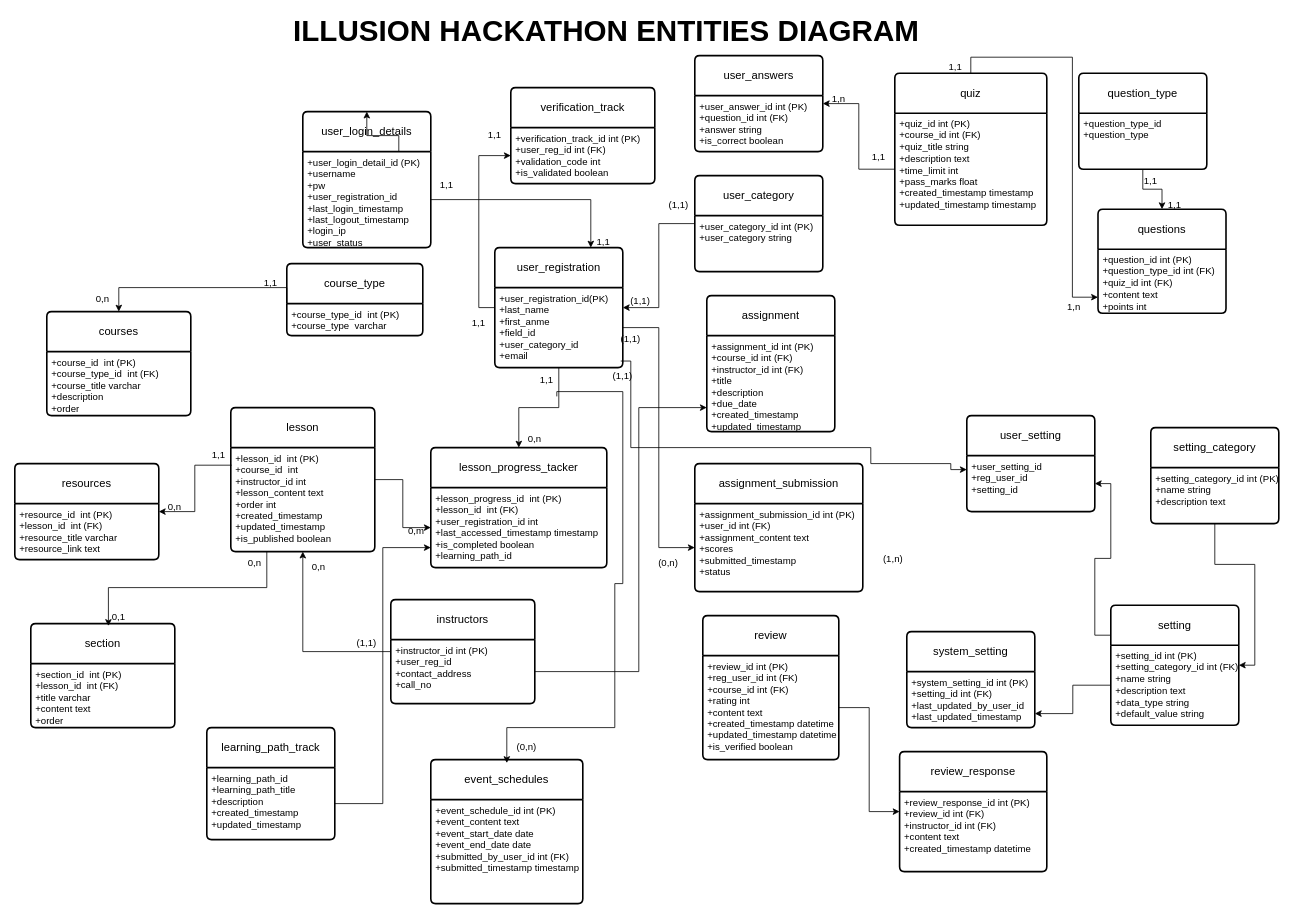
Earlier version of the draw.io diagram illusion db schema models.drawio (The-Illusion-services/illusion-BE). Source tidied: cells renumbered, new cells numbered last; positions are measured from the earlier drawing's top-left corner, leaving out a move shared by most shapes. Both pictures are drawn from the tidied source at 80%, with x=0, y=0 at pixel (14, 15).
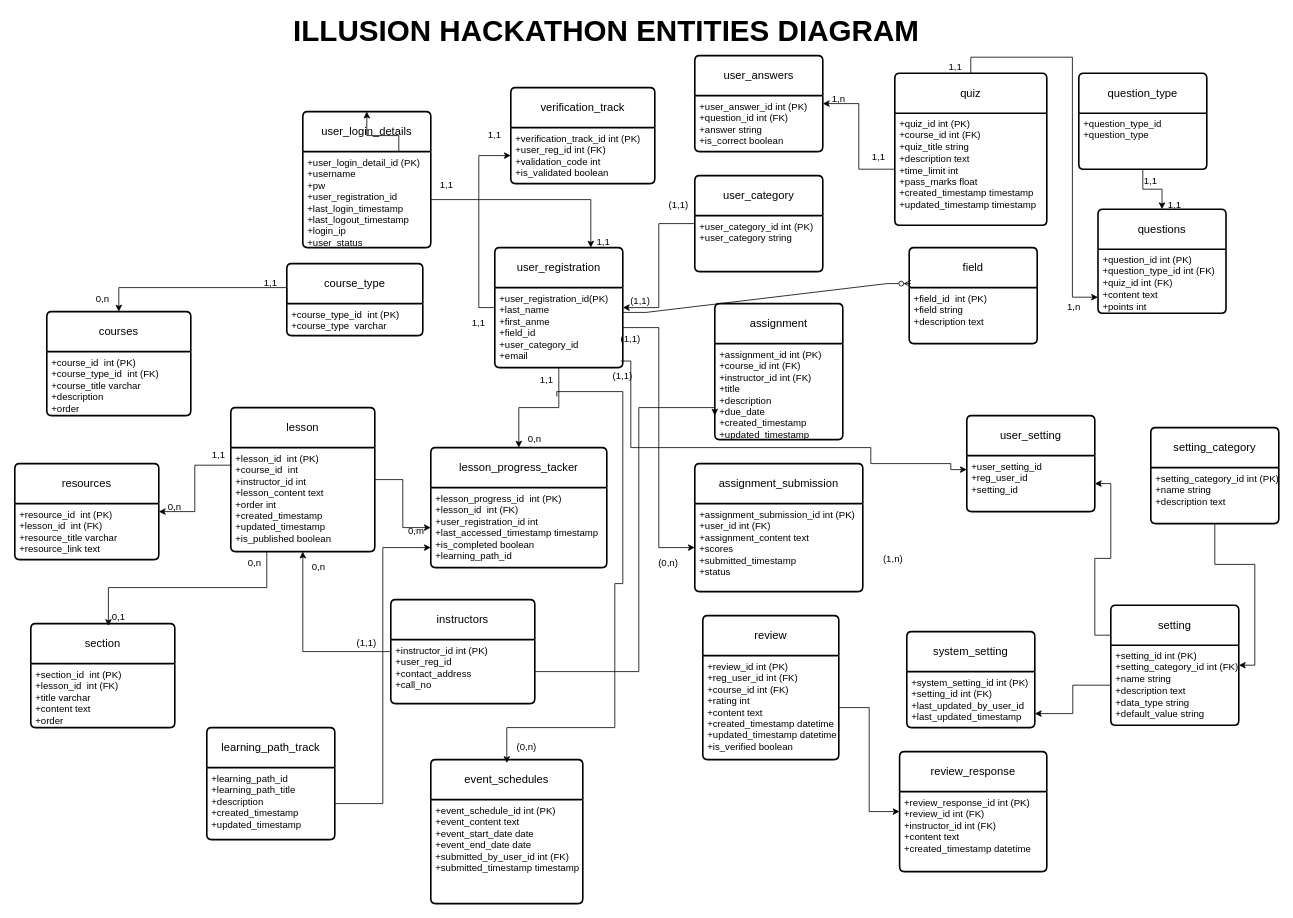
The same page after the edit.

The change refers to these unchanged cells:
```xml
<mxCell id="87" value="(1,1)" style="text;html=1;align=center;verticalAlign=middle;whiteSpace=wrap;rounded=0;" parent="1" vertex="1">
  <mxGeometry x="752" y="342" width="60" height="30" as="geometry" />
</mxCell>
```

The edit, as a diff of the source:
```diff
@@
     <mxCell id="10" value="assignment" style="swimlane;horizontal=1;startSize=50;rounded=1;fontSize=14;fontStyle=0;strokeWidth=2;shadow=0;dashed=0;align=center;arcSize=4;whiteSpace=wrap;html=1;" parent="1" vertex="1">
-      <mxGeometry x="865" y="350" width="160" height="170" as="geometry" />
+      <mxGeometry x="875" y="360" width="160" height="170" as="geometry" />
     </mxCell>
@@
+    <mxCell id="103" value="field" style="swimlane;horizontal=1;startSize=50;rounded=1;fontSize=14;fontStyle=0;strokeWidth=2;shadow=0;dashed=0;align=center;arcSize=4;whiteSpace=wrap;html=1;" parent="1" vertex="1">
+      <mxGeometry x="1118" y="290" width="160" height="120" as="geometry" />
+    </mxCell>
+    <mxCell id="104" value="+field_id&amp;nbsp; int (PK)&lt;br&gt;+field string&lt;br&gt;+description text" style="align=left;strokeColor=none;fillColor=none;spacingLeft=4;fontSize=12;verticalAlign=top;html=1;" parent="103" vertex="1">
+      <mxGeometry y="50" width="160" height="70" as="geometry" />
+    </mxCell>
+    <mxCell id="105" style="edgeStyle=entityRelationEdgeStyle;fontSize=12;html=1;endArrow=ERzeroToMany;endFill=1;rounded=0;entryX=0.013;entryY=0.375;entryDx=0;entryDy=0;entryPerimeter=0;exitX=0.117;exitY=0.967;exitDx=0;exitDy=0;exitPerimeter=0;" parent="1" edge="1" source="87" target="103">
+      <mxGeometry relative="1" as="geometry" />
+    </mxCell>
```
